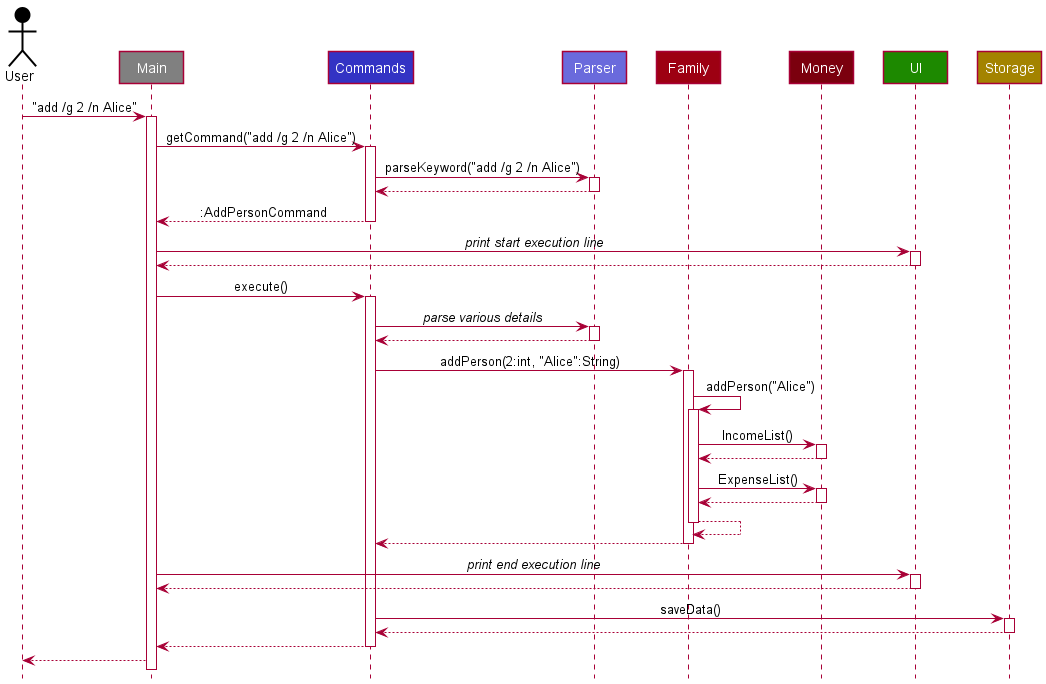
Above: docs/images/ArchitectureSequenceDiagram.png in nus-cs2113-AY2122S2/tp (PlantUML), before the change.
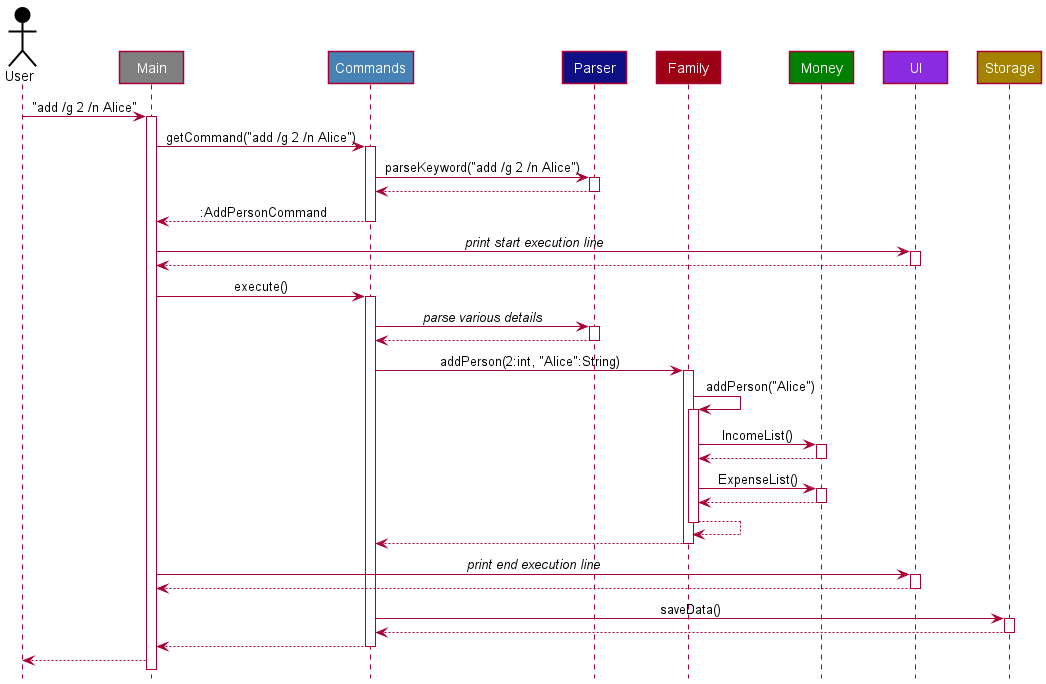
After the commit.

Diff of the diagram source:
```diff
@@ -3,10 +3,10 @@
 
 Actor User USER_COLOR
 Participant Main #grey
-Participant Commands LOGIC_COLOR
-Participant "Parser" as Parser LOGIC_COLOR_T2
+Participant Commands COMMAND_COLOR
+Participant "Parser" as Parser LOGIC_COLOR
 Participant Family MODEL_COLOR
-Participant Money MODEL_COLOR_T3
+Participant Money MONEY_COLOR
 Participant UI UI_COLOR
 Participant Storage STORAGE_COLOR
 
```
